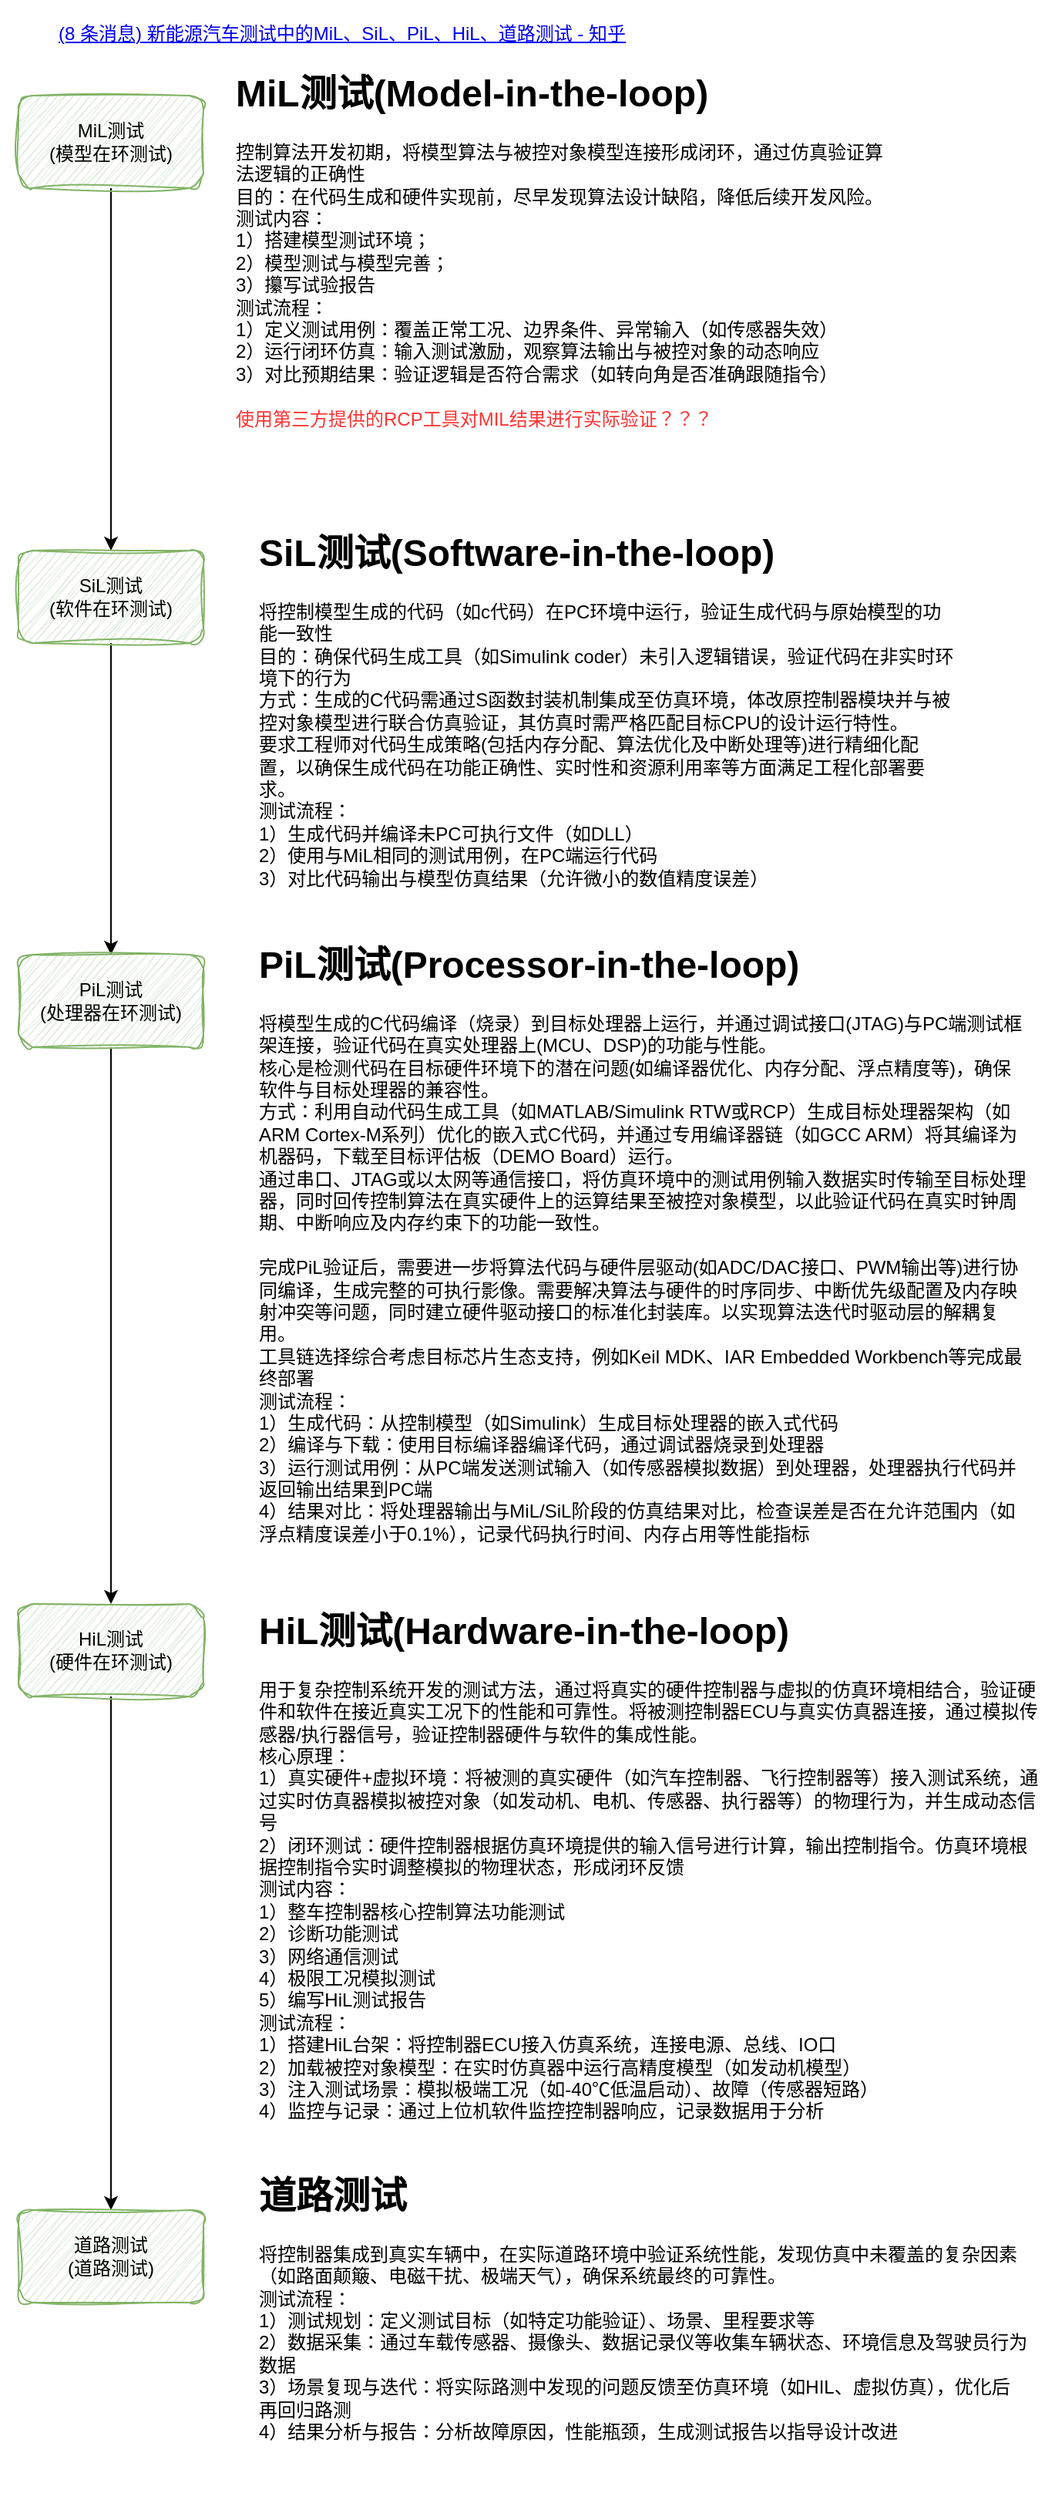
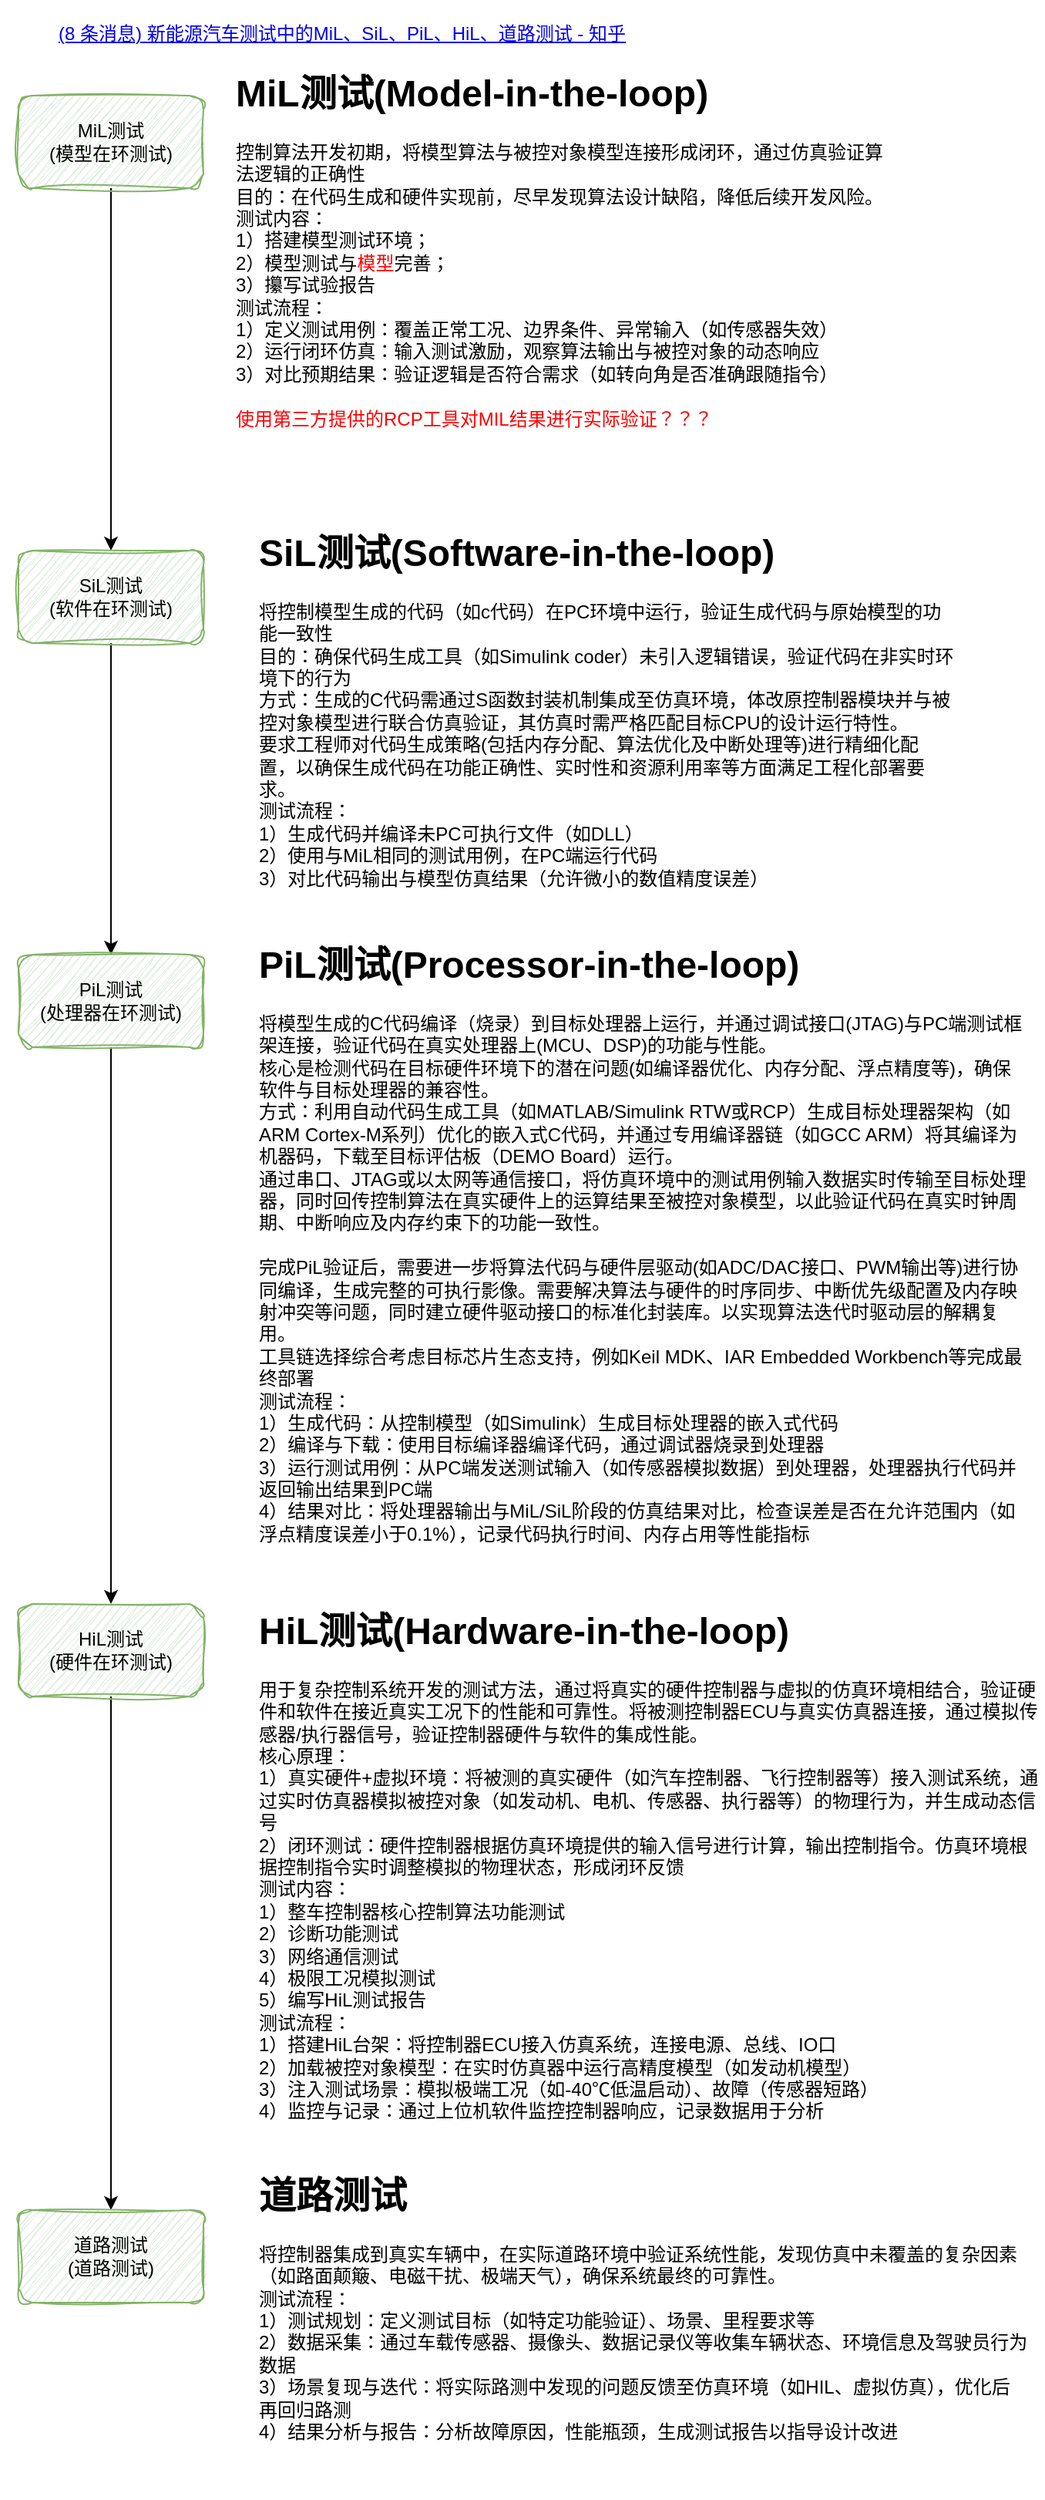
<mxfile host="app.diagrams.net">
  <diagram name="第 1 页" id="SPJzrtFJ2h2y-7jRp7m4">
    <mxGraphModel dx="754" dy="1139" grid="0" gridSize="10" guides="1" tooltips="1" connect="1" arrows="1" fold="1" page="1" pageScale="1" pageWidth="827" pageHeight="1169" math="0" shadow="0">
      <root>
        <mxCell id="0" />
        <mxCell id="1" parent="0" />
        <mxCell id="-b37v0VHe5EqFnSivpbF-16" edge="1" parent="1" source="mNEA2bSVfQqrhph_DYo6-2" style="edgeStyle=orthogonalEdgeStyle;rounded=0;orthogonalLoop=1;jettySize=auto;html=1;exitX=0.5;exitY=1;exitDx=0;exitDy=0;fontFamily=Helvetica;fontSize=12;fontColor=default;" target="mNEA2bSVfQqrhph_DYo6-3">
          <mxGeometry relative="1" as="geometry" />
        </mxCell>
        <mxCell id="mNEA2bSVfQqrhph_DYo6-2" parent="1" style="rounded=1;whiteSpace=wrap;html=1;sketch=1;curveFitting=1;jiggle=2;fillColor=#d5e8d4;strokeColor=#82b366;" value="MiL测试&lt;div&gt;(模型在环测试)&lt;/div&gt;" vertex="1">
          <mxGeometry height="60" width="120" x="41" y="240" as="geometry" />
        </mxCell>
        <mxCell id="-b37v0VHe5EqFnSivpbF-17" edge="1" parent="1" source="mNEA2bSVfQqrhph_DYo6-3" style="edgeStyle=orthogonalEdgeStyle;rounded=0;orthogonalLoop=1;jettySize=auto;html=1;exitX=0.5;exitY=1;exitDx=0;exitDy=0;fontFamily=Helvetica;fontSize=12;fontColor=default;" target="-b37v0VHe5EqFnSivpbF-9">
          <mxGeometry relative="1" as="geometry" />
        </mxCell>
        <mxCell id="mNEA2bSVfQqrhph_DYo6-3" parent="1" style="rounded=1;whiteSpace=wrap;html=1;sketch=1;curveFitting=1;jiggle=2;fillColor=#d5e8d4;strokeColor=#82b366;" value="SiL测试&lt;div&gt;(软件在环测试)&lt;/div&gt;" vertex="1">
          <mxGeometry height="60" width="120" x="41" y="535" as="geometry" />
        </mxCell>
        <UserObject label="&#xa;&lt;a href=&quot;https://zhuanlan.zhihu.com/p/1903753229029839860&quot;&gt;(8 条消息) 新能源汽车测试中的MiL、SiL、PiL、HiL、道路测试 - 知乎&lt;/a&gt;&#xa;&#xa;" link="&#xa;&lt;a href=&quot;https://zhuanlan.zhihu.com/p/1903753229029839860&quot;&gt;(8 条消息) 新能源汽车测试中的MiL、SiL、PiL、HiL、道路测试 - 知乎&lt;/a&gt;&#xa;&#xa;" id="-b37v0VHe5EqFnSivpbF-1">
          <mxCell parent="1" style="text;html=1;whiteSpace=wrap;strokeColor=none;fillColor=none;align=center;verticalAlign=middle;rounded=0;fontFamily=Helvetica;fontSize=12;fontColor=default;" vertex="1">
            <mxGeometry height="6" width="444" x="29" y="204" as="geometry" />
          </mxCell>
        </UserObject>
-         <mxCell id="-b37v0VHe5EqFnSivpbF-7" parent="1" style="text;html=1;whiteSpace=wrap;overflow=hidden;rounded=0;fontFamily=Helvetica;fontSize=12;fontColor=default;" value="&lt;h1 style=&quot;margin-top: 0px;&quot;&gt;MiL测试(Model-in-the-loop)&lt;br&gt;&lt;/h1&gt;&lt;div&gt;控制算法开发初期，将模型算法与被控对象模型连接形成闭环，通过仿真验证算法逻辑的正确性&lt;/div&gt;&lt;div&gt;目的：在代码生成和硬件实现前，尽早发现算法设计缺陷，降低后续开发风险。&lt;/div&gt;&lt;div&gt;测试内容：&lt;/div&gt;&lt;div&gt;1）搭建模型测试环境；&lt;/div&gt;&lt;div&gt;2）模型测试与模型完善；&lt;/div&gt;&lt;div&gt;3）攥写试验报告&lt;/div&gt;&lt;div&gt;测试流程：&lt;/div&gt;&lt;div&gt;1）定义测试用例：覆盖正常工况、边界条件、异常输入（如传感器失效）&lt;/div&gt;&lt;div&gt;2）运行闭环仿真：输入测试激励，观察算法输出与被控对象的动态响应&lt;br&gt;&lt;/div&gt;&lt;div&gt;3）对比预期结果：验证逻辑是否符合需求（如转向角是否准确跟随指令）&lt;br&gt;&lt;/div&gt;&lt;div&gt;&lt;br&gt;&lt;/div&gt;&lt;div&gt;&lt;font style=&quot;color: rgb(255, 51, 51);&quot;&gt;使用第三方提供的RCP工具对MIL结果进行实际验证？？？&lt;/font&gt;&lt;/div&gt;" vertex="1">
+         <mxCell id="-b37v0VHe5EqFnSivpbF-7" parent="1" style="text;html=1;whiteSpace=wrap;overflow=hidden;rounded=0;fontFamily=Helvetica;fontSize=12;fontColor=default;" value="&lt;h1 style=&quot;margin-top: 0px;&quot;&gt;MiL测试(Model-in-the-loop)&lt;br&gt;&lt;/h1&gt;&lt;div&gt;控制算法开发初期，将模型算法与被控对象模型连接形成闭环，通过仿真验证算法逻辑的正确性&lt;/div&gt;&lt;div&gt;目的：在代码生成和硬件实现前，尽早发现算法设计缺陷，降低后续开发风险。&lt;/div&gt;&lt;div&gt;测试内容：&lt;/div&gt;&lt;div&gt;1）搭建模型测试环境；&lt;/div&gt;&lt;div&gt;2）模型测试与&lt;font style=&quot;color: rgb(255, 0, 0);&quot;&gt;模型&lt;/font&gt;完善；&lt;/div&gt;&lt;div&gt;3）攥写试验报告&lt;/div&gt;&lt;div&gt;测试流程：&lt;/div&gt;&lt;div&gt;1）定义测试用例：覆盖正常工况、边界条件、异常输入（如传感器失效）&lt;/div&gt;&lt;div&gt;2）运行闭环仿真：输入测试激励，观察算法输出与被控对象的动态响应&lt;br&gt;&lt;/div&gt;&lt;div&gt;3）对比预期结果：验证逻辑是否符合需求（如转向角是否准确跟随指令）&lt;br&gt;&lt;/div&gt;&lt;div&gt;&lt;br&gt;&lt;/div&gt;&lt;div&gt;&lt;font style=&quot;color: rgb(255, 0, 0);&quot;&gt;使用第三方提供的RCP工具对MIL结果进行实际验证？？？&lt;/font&gt;&lt;/div&gt;" vertex="1">
          <mxGeometry height="281.5" width="424" x="180" y="217.5" as="geometry" />
        </mxCell>
        <mxCell id="-b37v0VHe5EqFnSivpbF-8" parent="1" style="text;html=1;whiteSpace=wrap;overflow=hidden;rounded=0;fontFamily=Helvetica;fontSize=12;fontColor=default;" value="&lt;h1 style=&quot;margin-top: 0px;&quot;&gt;SiL测试(Software-in-the-loop)&lt;/h1&gt;&lt;div&gt;将控制模型生成的代码（如c代码）在PC环境中运行，验证生成代码与原始模型的功能一致性&lt;/div&gt;&lt;div&gt;目的：确保代码生成工具（如Simulink coder）未引入逻辑错误，验证代码在非实时环境下的行为&lt;/div&gt;&lt;div&gt;方式：生成的C代码需通过S函数封装机制集成至仿真环境，体改原控制器模块并与被控对象模型进行联合仿真验证，其仿真时需严格匹配目标CPU的设计运行特性。&lt;/div&gt;&lt;div&gt;要求工程师对代码生成策略(包括内存分配、算法优化及中断处理等)进行精细化配置，以确保生成代码在功能正确性、实时性和资源利用率等方面满足工程化部署要求。&lt;/div&gt;&lt;div&gt;测试流程：&lt;/div&gt;&lt;div&gt;1）生成代码并编译未PC可执行文件（如DLL）&lt;/div&gt;&lt;div&gt;2）使用与MiL相同的测试用例，在PC端运行代码&lt;/div&gt;&lt;div&gt;3）对比代码输出与模型仿真结果（允许微小的数值精度误差）&lt;/div&gt;&lt;div&gt;&lt;br&gt;&lt;/div&gt;&lt;div&gt;&lt;br&gt;&lt;/div&gt;&lt;div&gt;&lt;br&gt;&lt;/div&gt;&lt;div&gt;&lt;br&gt;&lt;/div&gt;" vertex="1">
          <mxGeometry height="243" width="453" x="195" y="516" as="geometry" />
        </mxCell>
        <mxCell id="-b37v0VHe5EqFnSivpbF-18" edge="1" parent="1" source="-b37v0VHe5EqFnSivpbF-9" style="edgeStyle=orthogonalEdgeStyle;rounded=0;orthogonalLoop=1;jettySize=auto;html=1;exitX=0.5;exitY=1;exitDx=0;exitDy=0;fontFamily=Helvetica;fontSize=12;fontColor=default;" target="-b37v0VHe5EqFnSivpbF-11">
          <mxGeometry relative="1" as="geometry" />
        </mxCell>
        <mxCell id="-b37v0VHe5EqFnSivpbF-9" parent="1" style="rounded=1;whiteSpace=wrap;html=1;sketch=1;curveFitting=1;jiggle=2;fillColor=#d5e8d4;strokeColor=#82b366;" value="PiL测试&lt;div&gt;(处理器在环测试)&lt;/div&gt;" vertex="1">
          <mxGeometry height="60" width="120" x="41" y="797" as="geometry" />
        </mxCell>
        <mxCell id="-b37v0VHe5EqFnSivpbF-10" parent="1" style="text;html=1;whiteSpace=wrap;overflow=hidden;rounded=0;fontFamily=Helvetica;fontSize=12;fontColor=default;" value="&lt;h1 style=&quot;margin-top: 0px;&quot;&gt;PiL测试(Processor-in-the-loop)&lt;/h1&gt;&lt;div&gt;将模型生成的C代码编译（烧录）到目标处理器上运行，并通过调试接口(JTAG)与PC端测试框架连接，验证代码在真实处理器上(MCU、DSP&lt;span style=&quot;background-color: transparent; color: light-dark(rgb(0, 0, 0), rgb(255, 255, 255));&quot;&gt;)的功能与性能。&lt;/span&gt;&lt;/div&gt;&lt;div&gt;&lt;span style=&quot;background-color: transparent; color: light-dark(rgb(0, 0, 0), rgb(255, 255, 255));&quot;&gt;核心是检测代码在目标硬件环境下的潜在问题(如编译器优化、内存分配、浮点精度等)，确保软件与目标处理器的兼容性。&lt;/span&gt;&lt;/div&gt;&lt;div&gt;&lt;span style=&quot;background-color: transparent; color: light-dark(rgb(0, 0, 0), rgb(255, 255, 255));&quot;&gt;方式：利用自动代码生成工具（如MATLAB/Simulink RTW或RCP）生成目标处理器架构（如ARM Cortex-M系列）优化的嵌入式C代码，并通过专用编译器链（如GCC ARM）将其编译为机器码，下载至目标评估板（DEMO Board）运行。&lt;/span&gt;&lt;/div&gt;&lt;div&gt;&lt;span style=&quot;background-color: transparent; color: light-dark(rgb(0, 0, 0), rgb(255, 255, 255));&quot;&gt;通过串口、JTAG或以太网等通信接口，将仿真环境中的测试用例输入数据实时传输至目标处理器，同时回传控制算法在真实硬件上的运算结果至被控对象模型，以此验证代码在真实时钟周期、中断响应及内存约束下的功能一致性。&lt;/span&gt;&lt;/div&gt;&lt;div&gt;&lt;span style=&quot;background-color: transparent; color: light-dark(rgb(0, 0, 0), rgb(255, 255, 255));&quot;&gt;&lt;br&gt;&lt;/span&gt;&lt;/div&gt;&lt;div&gt;完成PiL验证后，需要进一步将算法代码与硬件层驱动(如ADC/DAC接口、PWM输出等)进行协同编译，生成完整的可执行影像。需要解决算法与硬件的时序同步、中断优先级配置及内存映射冲突等问题，同时建立硬件驱动接口的标准化封装库。以实现算法迭代时驱动层的解耦复用。&lt;/div&gt;&lt;div&gt;工具链选择综合考虑目标芯片生态支持，例如Keil MDK、IAR Embedded Workbench等完成最终部署&lt;/div&gt;&lt;div&gt;&lt;span style=&quot;background-color: transparent; color: light-dark(rgb(0, 0, 0), rgb(255, 255, 255));&quot;&gt;测试流程：&lt;/span&gt;&lt;/div&gt;&lt;div&gt;&lt;span style=&quot;background-color: transparent; color: light-dark(rgb(0, 0, 0), rgb(255, 255, 255));&quot;&gt;1）生成代码：从控制模型（如Simulink）生成目标处理器的嵌入式代码&lt;/span&gt;&lt;/div&gt;&lt;div&gt;&lt;span style=&quot;background-color: transparent; color: light-dark(rgb(0, 0, 0), rgb(255, 255, 255));&quot;&gt;2）编译与下载：使用目标编译器编译代码，通过调试器烧录到处理器&lt;/span&gt;&lt;/div&gt;&lt;div&gt;&lt;span style=&quot;background-color: transparent; color: light-dark(rgb(0, 0, 0), rgb(255, 255, 255));&quot;&gt;3）运行测试用例：从PC端发送测试输入（如传感器模拟数据）到处理器，处理器执行代码并返回输出结果到PC端&lt;/span&gt;&lt;/div&gt;&lt;div&gt;&lt;span style=&quot;background-color: transparent; color: light-dark(rgb(0, 0, 0), rgb(255, 255, 255));&quot;&gt;4）结果对比：将处理器输出与MiL/SiL阶段的仿真结果对比，检查误差是否在允许范围内（如浮点精度误差小于0.1%），记录代码执行时间、内存占用等性能指标&lt;/span&gt;&lt;/div&gt;&lt;div&gt;&lt;span style=&quot;background-color: transparent; color: light-dark(rgb(0, 0, 0), rgb(255, 255, 255));&quot;&gt;&lt;br&gt;&lt;/span&gt;&lt;/div&gt;" vertex="1">
          <mxGeometry height="417" width="500" x="195" y="783" as="geometry" />
        </mxCell>
        <mxCell id="-b37v0VHe5EqFnSivpbF-19" edge="1" parent="1" source="-b37v0VHe5EqFnSivpbF-11" style="edgeStyle=orthogonalEdgeStyle;rounded=0;orthogonalLoop=1;jettySize=auto;html=1;exitX=0.5;exitY=1;exitDx=0;exitDy=0;entryX=0.5;entryY=0;entryDx=0;entryDy=0;fontFamily=Helvetica;fontSize=12;fontColor=default;" target="-b37v0VHe5EqFnSivpbF-14">
          <mxGeometry relative="1" as="geometry" />
        </mxCell>
        <mxCell id="-b37v0VHe5EqFnSivpbF-11" parent="1" style="rounded=1;whiteSpace=wrap;html=1;sketch=1;curveFitting=1;jiggle=2;fillColor=#d5e8d4;strokeColor=#82b366;" value="HiL测试&lt;div&gt;(硬件在环测试)&lt;/div&gt;" vertex="1">
          <mxGeometry height="60" width="120" x="41" y="1218" as="geometry" />
        </mxCell>
        <mxCell id="-b37v0VHe5EqFnSivpbF-12" parent="1" style="text;html=1;whiteSpace=wrap;overflow=hidden;rounded=0;fontFamily=Helvetica;fontSize=12;fontColor=default;" value="&lt;h1 style=&quot;margin-top: 0px;&quot;&gt;HiL测试(Hardware-in-the-loop)&lt;/h1&gt;&lt;div&gt;用于复杂控制系统开发的测试方法，通过将真实的硬件控制器与虚拟的仿真环境相结合，验证硬件和软件在接近真实工况下的性能和可靠性。将被测控制器ECU与真实仿真器连接，通过模拟传感器/执行器信号，验证控制器硬件与软件的集成性能。&lt;/div&gt;&lt;div&gt;核心原理：&lt;/div&gt;&lt;div&gt;1）真实硬件+虚拟环境：将被测的真实硬件（如汽车控制器、飞行控制器等）接入测试系统，通过实时仿真器模拟被控对象（如发动机、电机、传感器、执行器等）的物理行为，并生成动态信号&lt;/div&gt;&lt;div&gt;2）闭环测试：硬件控制器根据仿真环境提供的输入信号进行计算，输出控制指令。仿真环境根据控制指令实时调整模拟的物理状态，形成闭环反馈&lt;/div&gt;&lt;div&gt;测试内容：&lt;/div&gt;&lt;div&gt;1）整车控制器核心控制算法功能测试&lt;/div&gt;&lt;div&gt;2）诊断功能测试&lt;/div&gt;&lt;div&gt;3）网络通信测试&lt;/div&gt;&lt;div&gt;4）极限工况模拟测试&lt;/div&gt;&lt;div&gt;5）编写HiL测试报告&lt;/div&gt;&lt;div&gt;测试流程：&lt;/div&gt;&lt;div&gt;1）搭建HiL台架：将控制器ECU接入仿真系统，连接电源、总线、IO口&lt;/div&gt;&lt;div&gt;2）加载被控对象模型：在实时仿真器中运行高精度模型（如发动机模型）&lt;/div&gt;&lt;div&gt;3）注入测试场景：模拟极端工况（如-40℃低温启动）、故障（传感器短路）&lt;/div&gt;&lt;div&gt;4）监控与记录：通过上位机软件监控控制器响应，记录数据用于分析&lt;/div&gt;&lt;div&gt;&lt;br&gt;&lt;/div&gt;" vertex="1">
          <mxGeometry height="346" width="511" x="195" y="1215" as="geometry" />
        </mxCell>
        <mxCell id="-b37v0VHe5EqFnSivpbF-14" parent="1" style="rounded=1;whiteSpace=wrap;html=1;sketch=1;curveFitting=1;jiggle=2;fillColor=#d5e8d4;strokeColor=#82b366;" value="道路测试&lt;div&gt;(道路测试)&lt;/div&gt;" vertex="1">
          <mxGeometry height="60" width="120" x="41" y="1611" as="geometry" />
        </mxCell>
        <mxCell id="-b37v0VHe5EqFnSivpbF-15" parent="1" style="text;html=1;whiteSpace=wrap;overflow=hidden;rounded=0;fontFamily=Helvetica;fontSize=12;fontColor=default;" value="&lt;h1 style=&quot;margin-top: 0px;&quot;&gt;道路测试&lt;/h1&gt;&lt;div&gt;将控制器集成到真实车辆中，在实际道路环境中验证系统性能，发现仿真中未覆盖的复杂因素（如路面颠簸、电磁干扰、极端天气），确保系统最终的可靠性。&lt;/div&gt;&lt;div&gt;测试流程：&lt;/div&gt;&lt;div&gt;1）测试规划：定义测试目标（如特定功能验证）、场景、里程要求等&lt;/div&gt;&lt;div&gt;2）数据采集：通过车载传感器、摄像头、数据记录仪等收集车辆状态、环境信息及驾驶员行为数据&lt;/div&gt;&lt;div&gt;3）场景复现与迭代：将实际路测中发现的问题反馈至仿真环境（如HIL、虚拟仿真），优化后再回归路测&lt;/div&gt;&lt;div&gt;4）结果分析与报告：分析故障原因，性能瓶颈，生成测试报告以指导设计改进&lt;/div&gt;&lt;div&gt;&lt;br&gt;&lt;/div&gt;&lt;div&gt;&lt;br&gt;&lt;/div&gt;" vertex="1">
          <mxGeometry height="214" width="501" x="195" y="1581" as="geometry" />
        </mxCell>
      </root>
    </mxGraphModel>
  </diagram>
</mxfile>
